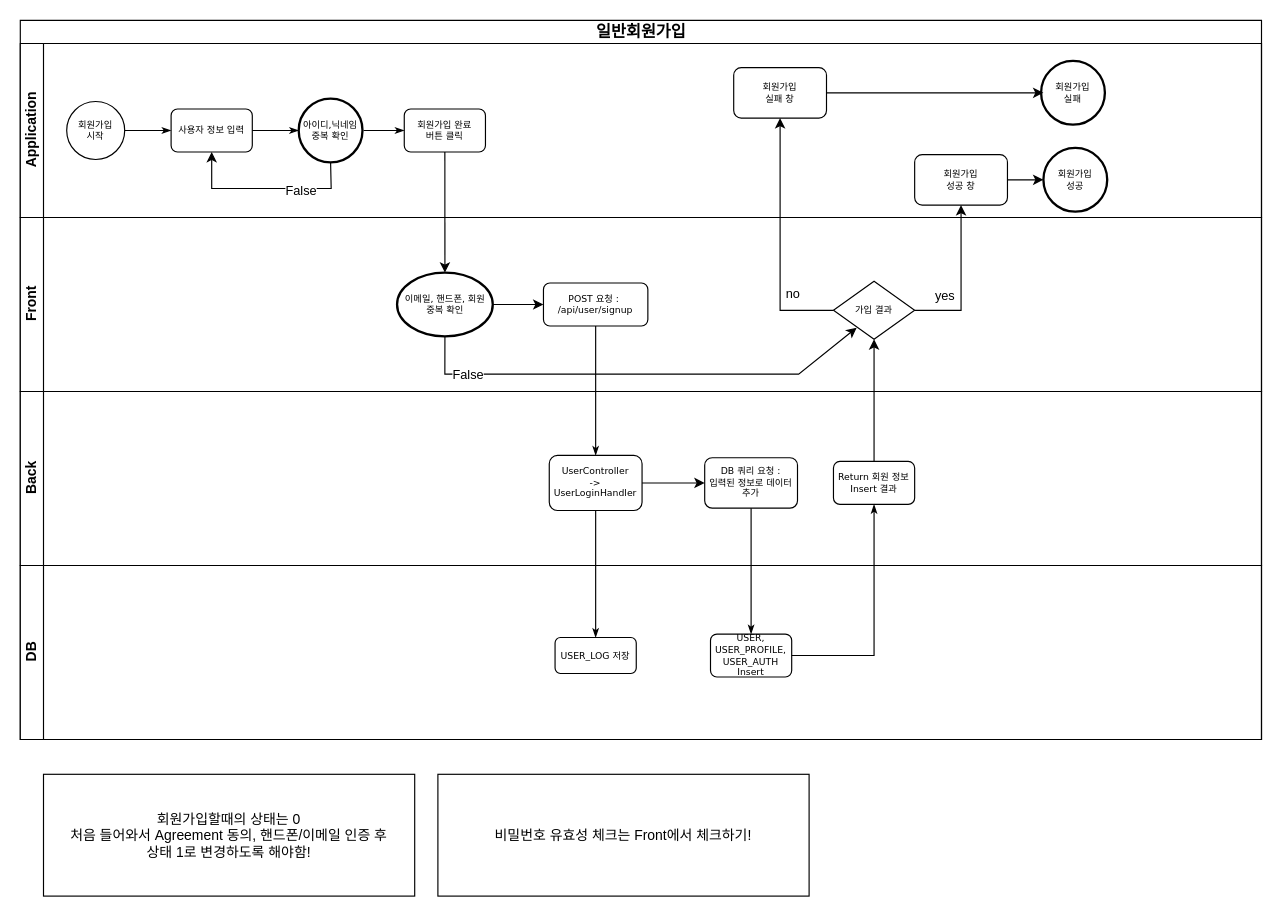
Above: page "일반회원가입" (4 of 12) of flowchart.drawio in dyonyon2/The-10000-Hour-Rule (draw.io), before the change. Source tidied: cells renumbered, new cells numbered last; positions are measured from the earlier drawing's top-left corner, leaving out a move shared by most shapes. Both pictures are drawn from the tidied source at 116%, with x=0, y=0 at pixel (20, 20).
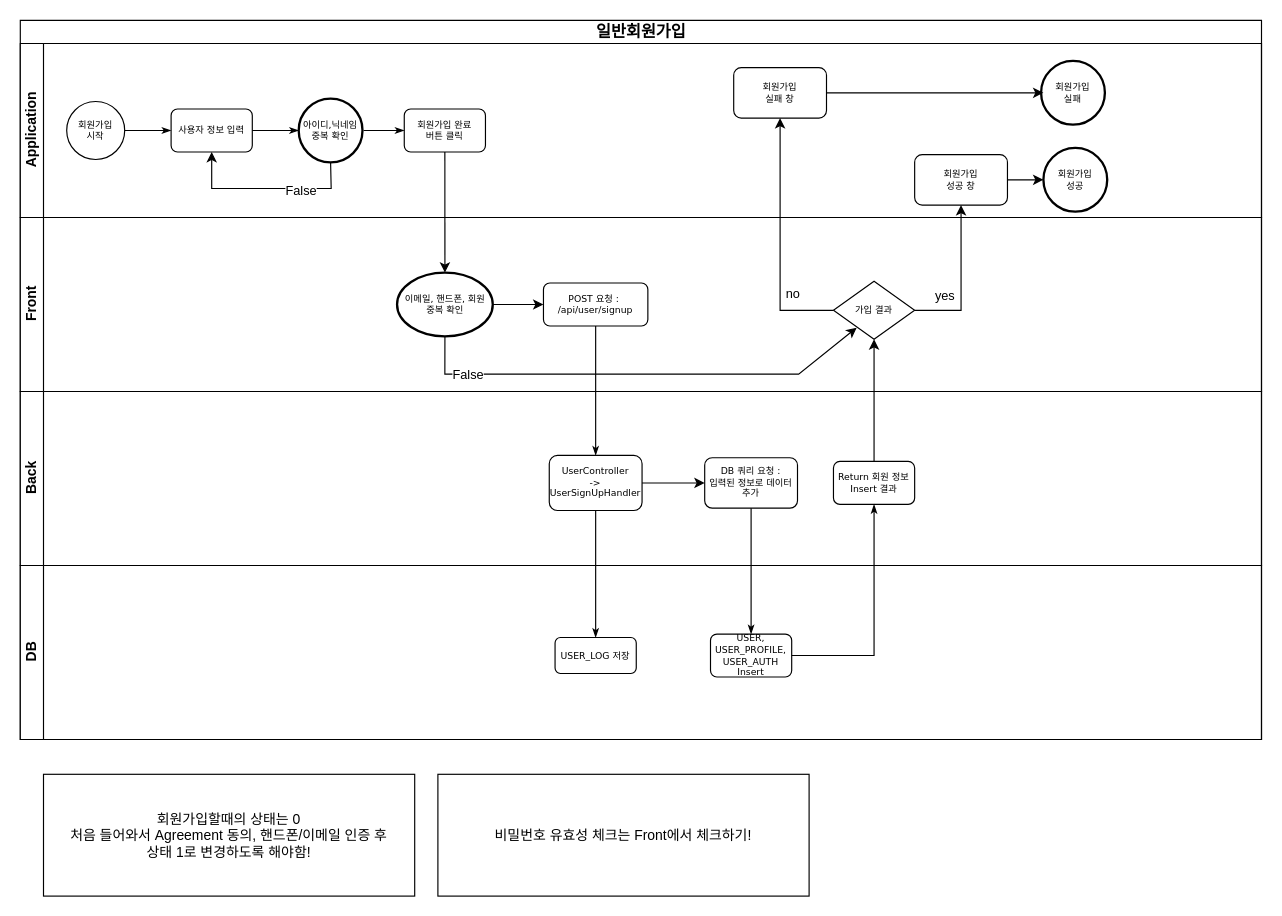
The same page after the edit.

The change refers to these unchanged cells:
```xml
<mxCell id="30" value="Back" style="swimlane;html=1;startSize=20;horizontal=0;" parent="2" vertex="1">
  <mxGeometry y="320" width="1070" height="150" as="geometry" />
</mxCell>
```

The edit, as a diff of the source:
```diff
@@
-    <mxCell id="32" value="UserController &lt;br&gt;-&amp;gt; UserLoginHandler" style="rounded=1;whiteSpace=wrap;html=1;shadow=0;labelBackgroundColor=none;strokeWidth=1;fontFamily=Verdana;fontSize=8;align=center;" parent="30" vertex="1">
+    <mxCell id="32" value="UserController &lt;br&gt;-&amp;gt; UserSignUpHandler" style="rounded=1;whiteSpace=wrap;html=1;shadow=0;labelBackgroundColor=none;strokeWidth=1;fontFamily=Verdana;fontSize=8;align=center;" parent="30" vertex="1">
       <mxGeometry x="456" y="55.1" width="80" height="47.5" as="geometry" />
     </mxCell>
```
